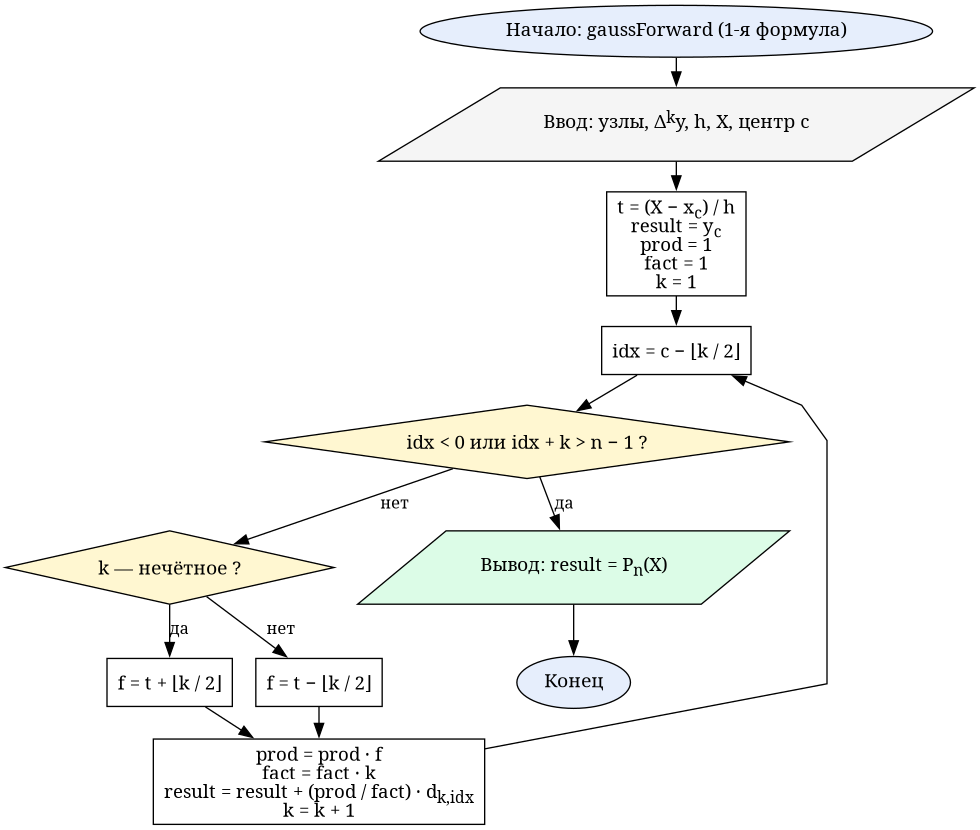
Before: reports/resources/flowcharts/lab5_gauss1.png, a diagram exported from Graphviz (Oriptal/calc-math-lab2). Its source is kept beside it as reports/resources/flowcharts/lab5_gauss1.dot. Its diagram source:
```dot
digraph Lab5Gauss1 {
  graph [fontname="CMU Serif", rankdir=TB, nodesep=0.25, ranksep=0.3, splines=polyline]
  node  [fontname="CMU Serif", fontsize=14, style="filled", fillcolor="#ffffff", color="#000000"]
  edge  [fontname="CMU Serif", fontsize=12, color="#000000"]

  start  [label="Начало: gaussForward (1-я формула)", shape=oval, fillcolor="#e6eefc"]
  input  [label=<Ввод: узлы, Δ<SUP>k</SUP>y, h, X, центр c>, shape=parallelogram, fillcolor="#f5f5f5"]
  init   [label=<t = (X − x<SUB>c</SUB>) / h<BR/>result = y<SUB>c</SUB><BR/>prod = 1<BR/>fact = 1<BR/>k = 1>, shape=box]
  idx    [label=<idx = c − ⌊k / 2⌋>, shape=box]
  chka   [label=<idx &lt; 0 или idx + k &gt; n − 1 ?>, shape=diamond, fillcolor="#fff7d1"]
  par    [label=<k — нечётное ?>, shape=diamond, fillcolor="#fff7d1"]
  fodd   [label=<f = t + ⌊k / 2⌋>, shape=box]
  feven  [label=<f = t − ⌊k / 2⌋>, shape=box]
  acc    [label=<prod = prod · f<BR/>fact = fact · k<BR/>result = result + (prod / fact) · d<SUB>k,idx</SUB><BR/>k = k + 1>, shape=box]
  output [label=<Вывод: result = P<SUB>n</SUB>(X)>, shape=parallelogram, fillcolor="#dcfce7"]
  stop   [label="Конец", shape=oval, fillcolor="#e6eefc"]

  start -> input -> init -> idx
  idx -> chka
  chka -> output [label="да"]
  chka -> par [label="нет"]
  par -> fodd [label="да"]
  par -> feven [label="нет"]
  fodd -> acc
  feven -> acc
  acc -> idx
  output -> stop
}
```
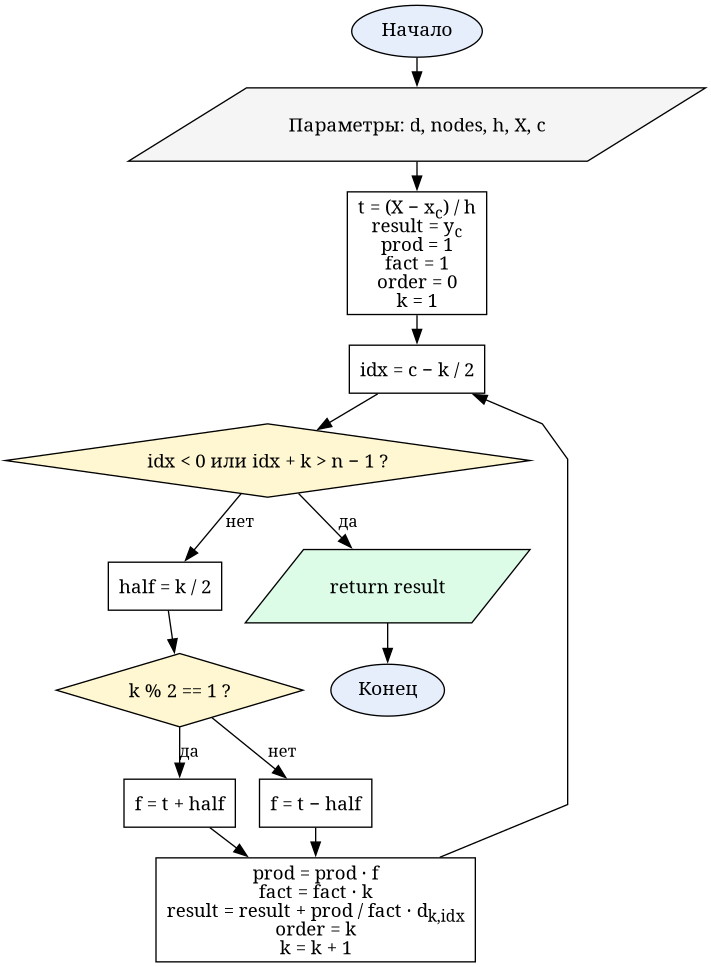
The same file after the commit.

What changed in the source:
```diff
@@ -3,22 +3,24 @@
   node  [fontname="CMU Serif", fontsize=14, style="filled", fillcolor="#ffffff", color="#000000"]
   edge  [fontname="CMU Serif", fontsize=12, color="#000000"]
 
-  start  [label="Начало: gaussForward (1-я формула)", shape=oval, fillcolor="#e6eefc"]
-  input  [label=<Ввод: узлы, Δ<SUP>k</SUP>y, h, X, центр c>, shape=parallelogram, fillcolor="#f5f5f5"]
-  init   [label=<t = (X − x<SUB>c</SUB>) / h<BR/>result = y<SUB>c</SUB><BR/>prod = 1<BR/>fact = 1<BR/>k = 1>, shape=box]
-  idx    [label=<idx = c − ⌊k / 2⌋>, shape=box]
+  start  [label="Начало", shape=oval, fillcolor="#e6eefc"]
+  input  [label=<Параметры: d, nodes, h, X, c>, shape=parallelogram, fillcolor="#f5f5f5"]
+  init   [label=<t = (X − x<SUB>c</SUB>) / h<BR/>result = y<SUB>c</SUB><BR/>prod = 1<BR/>fact = 1<BR/>order = 0<BR/>k = 1>, shape=box]
+  idx    [label=<idx = c − k / 2>, shape=box]
   chka   [label=<idx &lt; 0 или idx + k &gt; n − 1 ?>, shape=diamond, fillcolor="#fff7d1"]
-  par    [label=<k — нечётное ?>, shape=diamond, fillcolor="#fff7d1"]
-  fodd   [label=<f = t + ⌊k / 2⌋>, shape=box]
-  feven  [label=<f = t − ⌊k / 2⌋>, shape=box]
-  acc    [label=<prod = prod · f<BR/>fact = fact · k<BR/>result = result + (prod / fact) · d<SUB>k,idx</SUB><BR/>k = k + 1>, shape=box]
-  output [label=<Вывод: result = P<SUB>n</SUB>(X)>, shape=parallelogram, fillcolor="#dcfce7"]
+  half   [label=<half = k / 2>, shape=box]
+  par    [label=<k % 2 == 1 ?>, shape=diamond, fillcolor="#fff7d1"]
+  fodd   [label=<f = t + half>, shape=box]
+  feven  [label=<f = t − half>, shape=box]
+  acc    [label=<prod = prod · f<BR/>fact = fact · k<BR/>result = result + prod / fact · d<SUB>k,idx</SUB><BR/>order = k<BR/>k = k + 1>, shape=box]
+  output [label=<return result>, shape=parallelogram, fillcolor="#dcfce7"]
   stop   [label="Конец", shape=oval, fillcolor="#e6eefc"]
 
   start -> input -> init -> idx
   idx -> chka
   chka -> output [label="да"]
-  chka -> par [label="нет"]
+  chka -> half [label="нет"]
+  half -> par
   par -> fodd [label="да"]
   par -> feven [label="нет"]
   fodd -> acc
```
